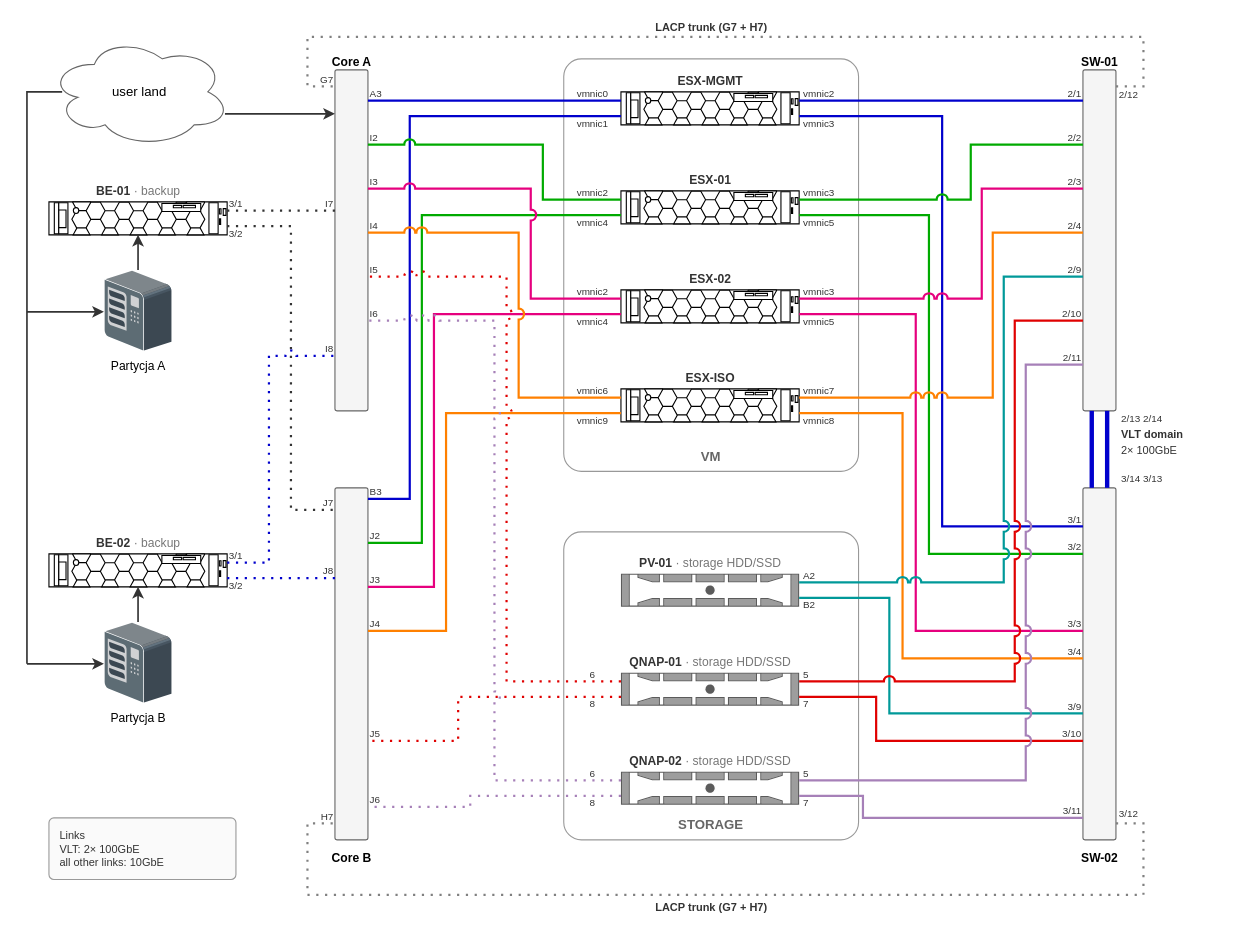
This is esx-V2.drawio from BO-RU-TA/mysnippets, a draw.io file, before an edit. Source tidied: cells renumbered, new cells numbered last; positions are measured from the earlier drawing's top-left corner, leaving out a move shared by most shapes. Both pictures are drawn from the tidied source at 110%, with x=0, y=0 at pixel (26, 19).
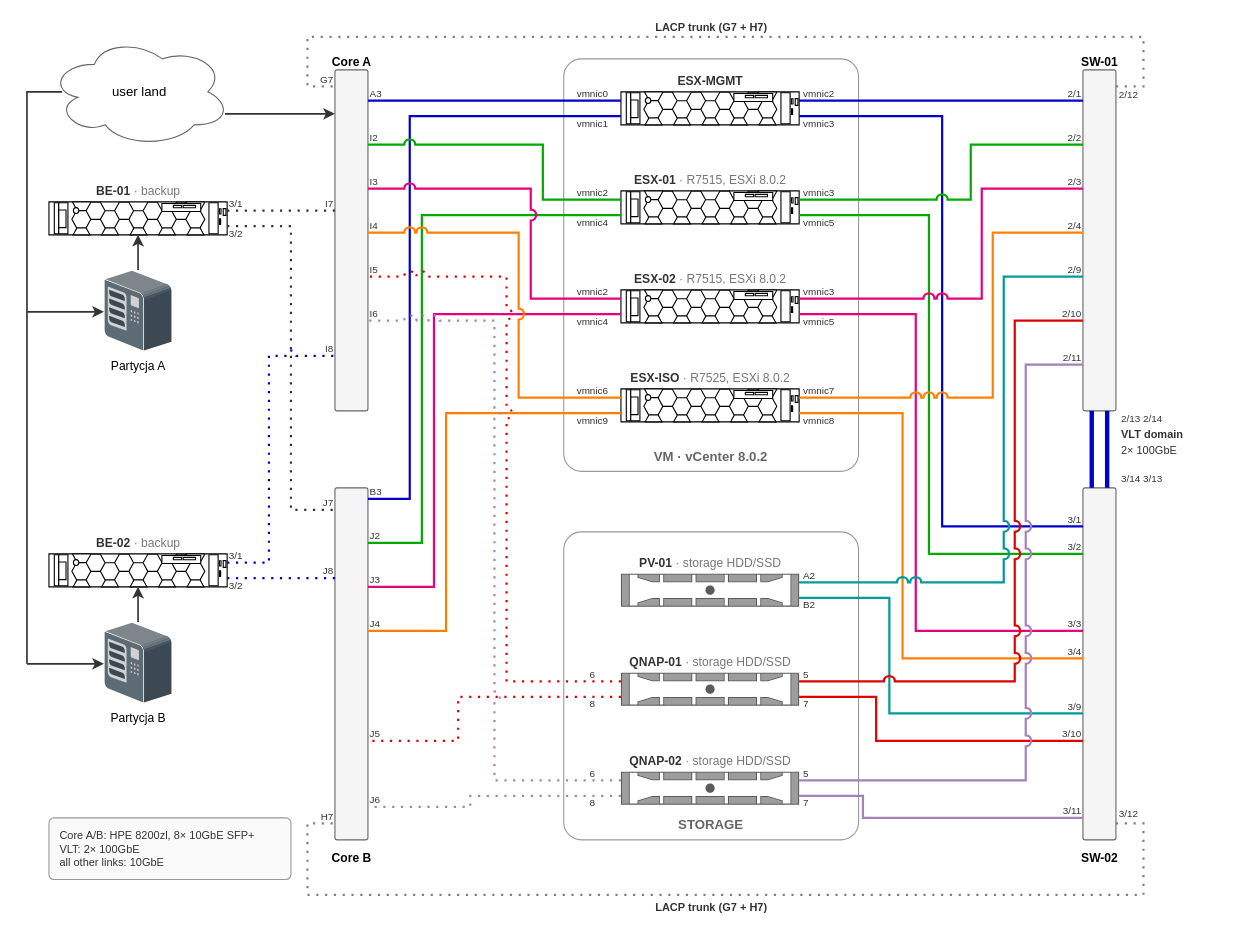
The same page after the edit.

Commit message:
esx-V2.drawio: host models and versions, vCenter 8.0.2, core switch model

Change to the diagram source:
```diff
@@
-    <mxCell id="2" value="VM" style="rounded=1;arcSize=6;whiteSpace=wrap;html=1;fillColor=none;strokeColor=#999999;verticalAlign=bottom;fontStyle=1;fontSize=12;fontColor=#666666;spacingBottom=4;" parent="1" vertex="1">
+    <mxCell id="2" value="VM · vCenter 8.0.2" style="rounded=1;arcSize=6;whiteSpace=wrap;html=1;fillColor=none;strokeColor=#999999;verticalAlign=bottom;fontStyle=1;fontSize=12;fontColor=#666666;spacingBottom=4;" parent="1" vertex="1">
       <mxGeometry x="488" y="36" width="268" height="375" as="geometry" />
     </mxCell>
@@
-    <mxCell id="27" value="ESX-01" style="text;html=1;align=center;verticalAlign=middle;fontSize=11;fontColor=#333333;spacing=0;fontStyle=1;" parent="1" vertex="1">
+    <mxCell id="27" value="&lt;b&gt;ESX-01&lt;/b&gt; &lt;font color=&quot;#777777&quot;&gt;· R7515, ESXi 8.0.2&lt;/font&gt;" style="text;html=1;align=center;verticalAlign=middle;fontSize=11;fontColor=#333333;spacing=0;" parent="1" vertex="1">
       <mxGeometry x="500" y="139" width="242" height="14" as="geometry" />
     </mxCell>
@@
-    <mxCell id="41" value="ESX-02" style="text;html=1;align=center;verticalAlign=middle;fontSize=11;fontColor=#333333;spacing=0;fontStyle=1;" parent="1" vertex="1">
+    <mxCell id="41" value="&lt;b&gt;ESX-02&lt;/b&gt; &lt;font color=&quot;#777777&quot;&gt;· R7515, ESXi 8.0.2&lt;/font&gt;" style="text;html=1;align=center;verticalAlign=middle;fontSize=11;fontColor=#333333;spacing=0;" parent="1" vertex="1">
       <mxGeometry x="500" y="229" width="242" height="14" as="geometry" />
     </mxCell>
@@
-    <mxCell id="55" value="ESX-ISO" style="text;html=1;align=center;verticalAlign=middle;fontSize=11;fontColor=#333333;spacing=0;fontStyle=1;" parent="1" vertex="1">
+    <mxCell id="55" value="&lt;b&gt;ESX-ISO&lt;/b&gt; &lt;font color=&quot;#777777&quot;&gt;· R7525, ESXi 8.0.2&lt;/font&gt;" style="text;html=1;align=center;verticalAlign=middle;fontSize=11;fontColor=#333333;spacing=0;" parent="1" vertex="1">
       <mxGeometry x="500" y="319" width="242" height="14" as="geometry" />
     </mxCell>
@@
-    <mxCell id="143" value="Links&#10;VLT: 2× 100GbE&#10;all other links: 10GbE" style="rounded=1;arcSize=8;whiteSpace=wrap;html=0;fillColor=#FAFAFA;strokeColor=#999999;align=left;spacingLeft=8;fontSize=10;fontColor=#333333;" parent="1" vertex="1">
-      <mxGeometry x="20" y="726" width="170" height="56" as="geometry" />
+    <mxCell id="143" value="Core A/B: HPE 8200zl, 8× 10GbE SFP+&#10;VLT: 2× 100GbE&#10;all other links: 10GbE" style="rounded=1;arcSize=8;whiteSpace=wrap;html=0;fillColor=#FAFAFA;strokeColor=#999999;align=left;spacingLeft=8;fontSize=10;fontColor=#333333;" parent="1" vertex="1">
+      <mxGeometry x="20" y="726" width="220" height="56" as="geometry" />
     </mxCell>
```
